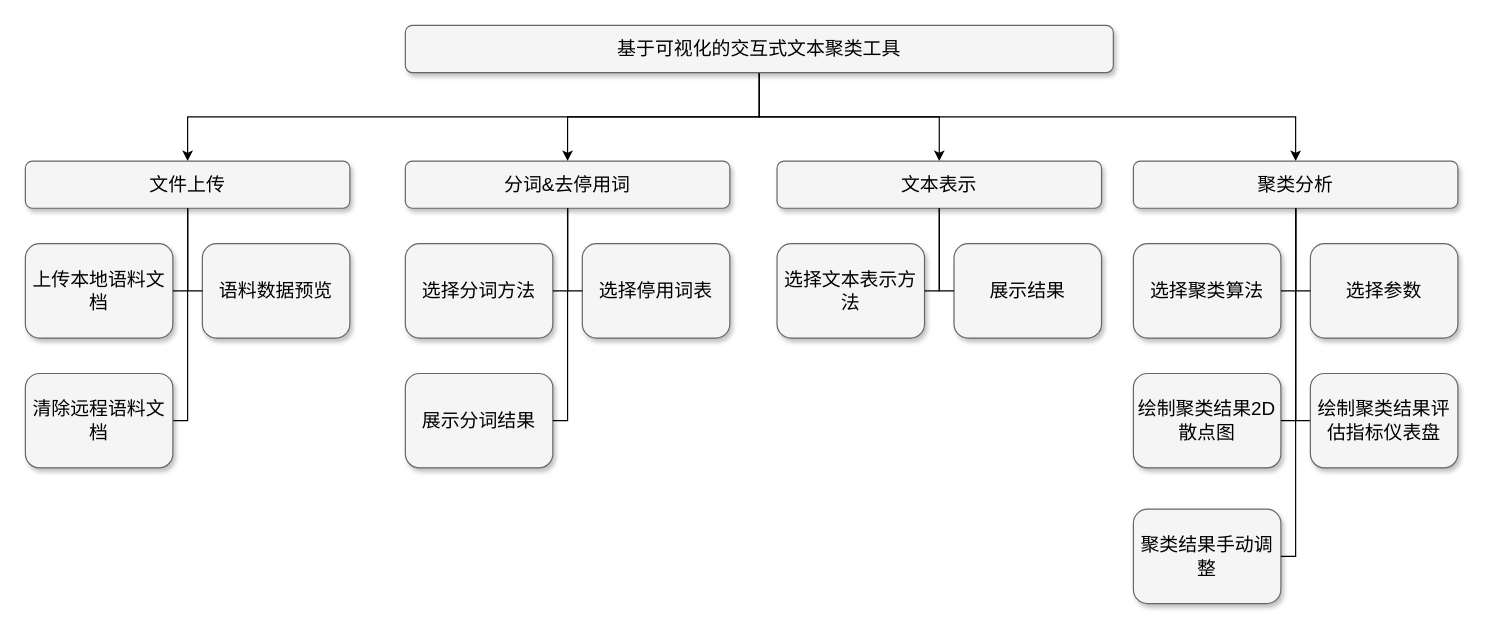
Earlier version of the draw.io diagram test-img/functions.drawio (clock2125/image-hosting). Source tidied: cells renumbered, new cells numbered last; positions are measured from the earlier drawing's top-left corner, leaving out a move shared by most shapes. Both pictures are drawn from the tidied source at 118%, with x=0, y=0 at pixel (25, 25).
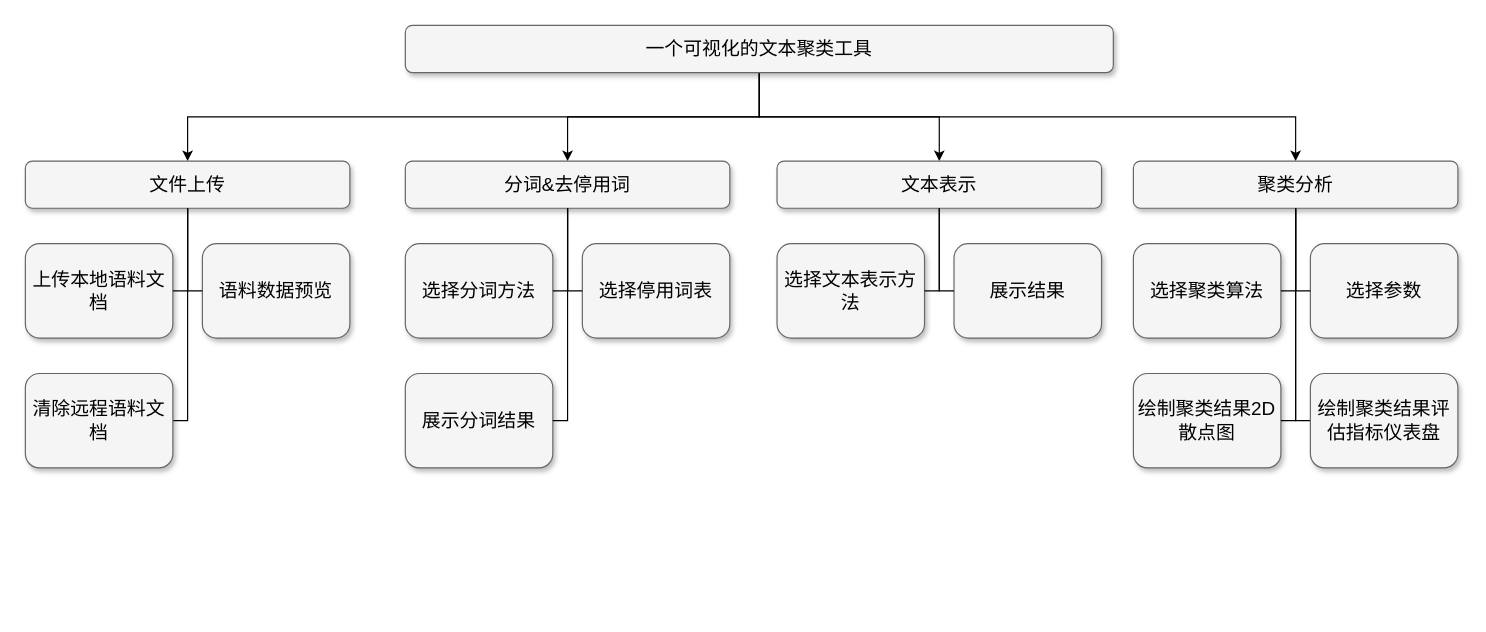
After the change.

The change refers to these unchanged cells:
```xml
<mxCell id="12" value="聚类分析" style="whiteSpace=wrap;html=1;rounded=1;shadow=1;strokeWidth=1;fontSize=16;align=center;fillColor=#f5f5f5;strokeColor=#666666;" parent="1" vertex="1">
  <mxGeometry x="939" y="115" width="275" height="40" as="geometry" />
</mxCell>
```

What changed in the source:
```diff
@@
-    <mxCell id="6" value="基于可视化的交互式文本聚类工具" style="whiteSpace=wrap;html=1;rounded=1;shadow=1;strokeWidth=1;fontSize=16;align=center;fillColor=#f5f5f5;strokeColor=#666666;" parent="1" vertex="1">
+    <mxCell id="6" value="一个可视化的文本聚类工具" style="whiteSpace=wrap;html=1;rounded=1;shadow=1;strokeWidth=1;fontSize=16;align=center;fillColor=#f5f5f5;strokeColor=#666666;" parent="1" vertex="1">
       <mxGeometry x="322" width="600" height="40" as="geometry" />
     </mxCell>
@@
-    <mxCell id="24" value="&lt;span&gt;聚类结果手动调整&lt;/span&gt;" style="whiteSpace=wrap;html=1;rounded=1;shadow=1;strokeWidth=1;fontSize=16;align=center;fillColor=#f5f5f5;strokeColor=#666666;" parent="1" vertex="1">
-      <mxGeometry x="939" y="410" width="125" height="80" as="geometry" />
-    </mxCell>
@@
-    <mxCell id="35" style="edgeStyle=orthogonalEdgeStyle;html=1;startSize=6;endFill=0;endSize=6;strokeWidth=1;fontSize=16;rounded=0;endArrow=none;entryX=1;entryY=0.5;" parent="1" edge="1" source="12" target="24">
-      <mxGeometry relative="1" as="geometry">
-        <Array as="points">
-          <mxPoint x="1077" y="450" />
-        </Array>
-      </mxGeometry>
-    </mxCell>
```
